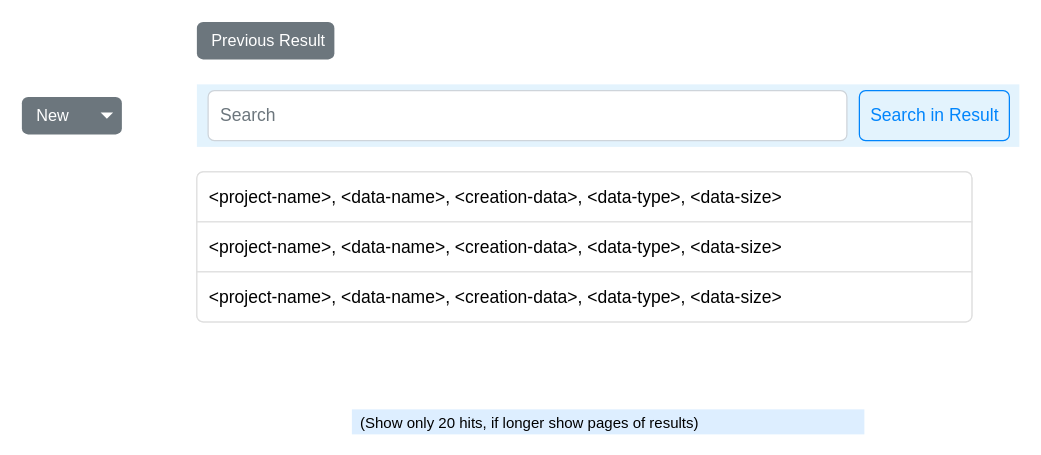
Earlier version of the draw.io diagram EsyDB/EsyDB_sw_p02.drawio (elghazi/drawings). Source tidied: cells renumbered, new cells numbered last; positions are measured from the earlier drawing's top-left corner, leaving out a move shared by most shapes. Both pictures are drawn from the tidied source at 125%, with x=0, y=0 at pixel (21, 21).
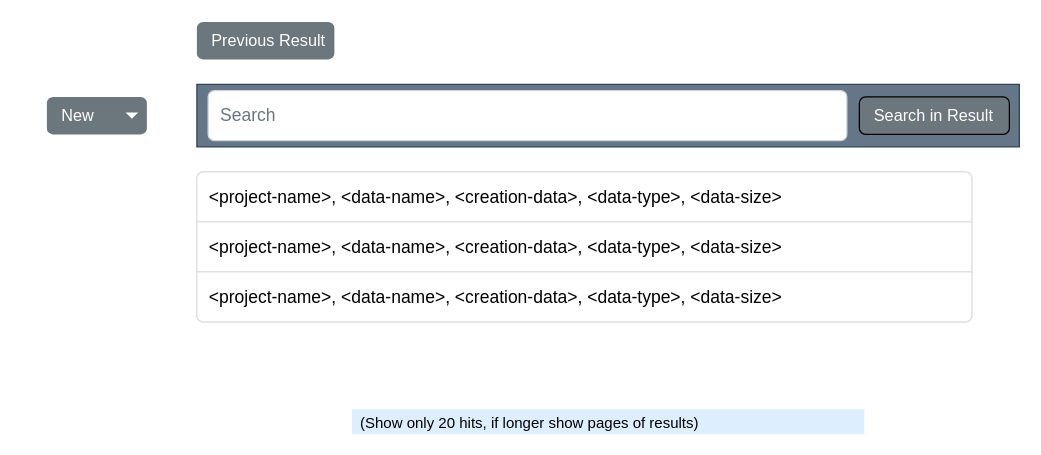
The same page after the edit.

Change to the diagram source:
```diff
@@
 <mxGraphModel>
   <root>
     <mxCell id="0" />
     <mxCell id="1" parent="0" />
     <mxCell id="2" value="&lt;div&gt;&lt;span style=&quot;color: rgb(0 , 0 , 0) ; font-size: 12px&quot;&gt;(Show only 20 hits, if longer show pages of results)&lt;/span&gt;&lt;/div&gt;" style="strokeWidth=1;shadow=0;dashed=0;align=center;html=1;shape=mxgraph.mockup.forms.rrect;rSize=0;fontSize=17;fontColor=#666666;align=left;spacingLeft=5;fillColor=#ddeeff;strokeColor=none;" parent="1" vertex="1">
       <mxGeometry x="264" y="310" width="410" height="20" as="geometry" />
     </mxCell>
-    <mxCell id="3" style="html=1;shadow=0;dashed=0;fillColor=#E3F3FD;strokeColor=none;fontSize=16;fontColor=#161819;align=left;spacing=15;" parent="1" vertex="1">
+    <mxCell id="3" style="html=1;shadow=0;dashed=0;fillColor=#647687;strokeColor=#314354;fontSize=16;fontColor=#ffffff;align=left;spacing=15;" parent="1" vertex="1">
       <mxGeometry x="140" y="50" width="658" height="50" as="geometry" />
     </mxCell>
+    <mxCell id="5" value="Search" style="html=1;shadow=0;dashed=0;shape=mxgraph.bootstrap.rrect;rSize=5;fontSize=14;fontColor=#6C767D;strokeColor=#CED4DA;fillColor=#ffffff;align=left;spacing=10;" parent="3" vertex="1">
+      <mxGeometry x="1" width="511" height="40" relative="1" as="geometry">
+        <mxPoint x="-649" y="5" as="offset" />
+      </mxGeometry>
+    </mxCell>
-    <mxCell id="4" value="Search in Result" style="html=1;shadow=0;dashed=0;shape=mxgraph.bootstrap.rrect;rSize=5;fontSize=14;fontColor=#0085FC;strokeColor=#0085FC;fillColor=none;" parent="3" vertex="1">
-      <mxGeometry x="1" width="120" height="40" relative="1" as="geometry">
-        <mxPoint x="-128" y="5" as="offset" />
-      </mxGeometry>
+    <mxCell id="4" value="&lt;font style=&quot;font-size: 13px&quot;&gt;Search in Result&lt;/font&gt;" style="html=1;shadow=0;dashed=0;shape=mxgraph.bootstrap.rrect;rSize=5;strokeColor=default;strokeWidth=1;fillColor=#6C767D;fontColor=#ffffff;whiteSpace=wrap;align=left;verticalAlign=middle;fontStyle=0;fontSize=14;spacingLeft=10;gradientColor=none;" parent="3" vertex="1">
+      <mxGeometry x="530" y="10" width="120" height="30" as="geometry" />
     </mxCell>
-    <mxCell id="5" value="Search" style="html=1;shadow=0;dashed=0;shape=mxgraph.bootstrap.rrect;rSize=5;fontSize=14;fontColor=#6C767D;strokeColor=#CED4DA;fillColor=#ffffff;align=left;spacing=10;" parent="3" vertex="1">
-      <mxGeometry x="1" width="511" height="40" relative="1" as="geometry">
-        <mxPoint x="-649" y="5" as="offset" />
-      </mxGeometry>
-    </mxCell>
     <mxCell id="6" style="html=1;shadow=0;dashed=0;shape=mxgraph.bootstrap.rrect;rSize=5;strokeColor=#DFDFDF;html=1;whiteSpace=wrap;fillColor=#FFFFFF;fontColor=#000000;fontSize=14;" parent="1" vertex="1">
       <mxGeometry x="140" y="120" width="620" height="120" as="geometry" />
     </mxCell>
     <mxCell id="7" value="&lt;span style=&quot;text-align: center&quot;&gt;&lt;font style=&quot;font-size: 14px&quot;&gt;&amp;lt;project-name&amp;gt;, &amp;lt;data-name&amp;gt;, &amp;lt;creation-data&amp;gt;, &amp;lt;data-type&amp;gt;, &amp;lt;data-size&amp;gt;&lt;/font&gt;&lt;/span&gt;" style="strokeColor=inherit;fillColor=inherit;gradientColor=inherit;fontColor=inherit;html=1;shadow=0;dashed=0;shape=mxgraph.bootstrap.topButton;rSize=5;perimeter=none;whiteSpace=wrap;align=left;spacing=10;fontSize=14;" parent="6" vertex="1">
       <mxGeometry width="620" height="40" relative="1" as="geometry" />
     </mxCell>
     <mxCell id="8" value="&lt;span style=&quot;text-align: center&quot;&gt;&amp;lt;project-name&amp;gt;, &amp;lt;data-name&amp;gt;, &amp;lt;creation-data&amp;gt;, &amp;lt;data-type&amp;gt;, &amp;lt;data-size&amp;gt;&lt;/span&gt;" style="strokeColor=inherit;fillColor=inherit;gradientColor=inherit;fontColor=inherit;html=1;shadow=0;dashed=0;perimeter=none;whiteSpace=wrap;align=left;spacing=10;fontSize=14;" parent="6" vertex="1">
       <mxGeometry width="620" height="40" relative="1" as="geometry">
         <mxPoint y="40" as="offset" />
       </mxGeometry>
     </mxCell>
     <mxCell id="9" value="&lt;span style=&quot;text-align: center&quot;&gt;&amp;lt;project-name&amp;gt;, &amp;lt;data-name&amp;gt;, &amp;lt;creation-data&amp;gt;, &amp;lt;data-type&amp;gt;, &amp;lt;data-size&amp;gt;&lt;/span&gt;" style="strokeColor=inherit;fillColor=inherit;gradientColor=inherit;fontColor=inherit;html=1;shadow=0;dashed=0;shape=mxgraph.bootstrap.bottomButton;rSize=5;perimeter=none;whiteSpace=wrap;align=left;spacing=10;fontSize=14;" parent="6" vertex="1">
       <mxGeometry y="1" width="620" height="40" relative="1" as="geometry">
         <mxPoint y="-40" as="offset" />
       </mxGeometry>
     </mxCell>
     <mxCell id="10" value="&lt;font style=&quot;font-size: 13px&quot;&gt;New&lt;/font&gt;" style="html=1;shadow=0;dashed=0;shape=mxgraph.bootstrap.rrect;rSize=5;strokeColor=none;strokeWidth=1;fillColor=#6C767D;fontColor=#ffffff;whiteSpace=wrap;align=left;verticalAlign=middle;fontStyle=0;fontSize=14;spacingLeft=10;" parent="1" vertex="1">
-      <mxGeometry y="60" width="80" height="30" as="geometry" />
+      <mxGeometry x="20" y="60" width="80" height="30" as="geometry" />
     </mxCell>
     <mxCell id="11" style="shape=triangle;direction=south;fillColor=#ffffff;strokeColor=none;perimeter=none;" parent="10" vertex="1">
       <mxGeometry x="1" y="0.5" width="10" height="5" relative="1" as="geometry">
         <mxPoint x="-17" y="-2.5" as="offset" />
       </mxGeometry>
     </mxCell>
     <mxCell id="12" value="&lt;font style=&quot;font-size: 13px&quot;&gt;Previous Result&lt;/font&gt;" style="html=1;shadow=0;dashed=0;shape=mxgraph.bootstrap.rrect;rSize=5;strokeColor=none;strokeWidth=1;fillColor=#6C767D;fontColor=#ffffff;whiteSpace=wrap;align=left;verticalAlign=middle;fontStyle=0;fontSize=14;spacingLeft=10;" parent="1" vertex="1">
       <mxGeometry x="140" width="110" height="30" as="geometry" />
     </mxCell>
   </root>
 </mxGraphModel>
```
